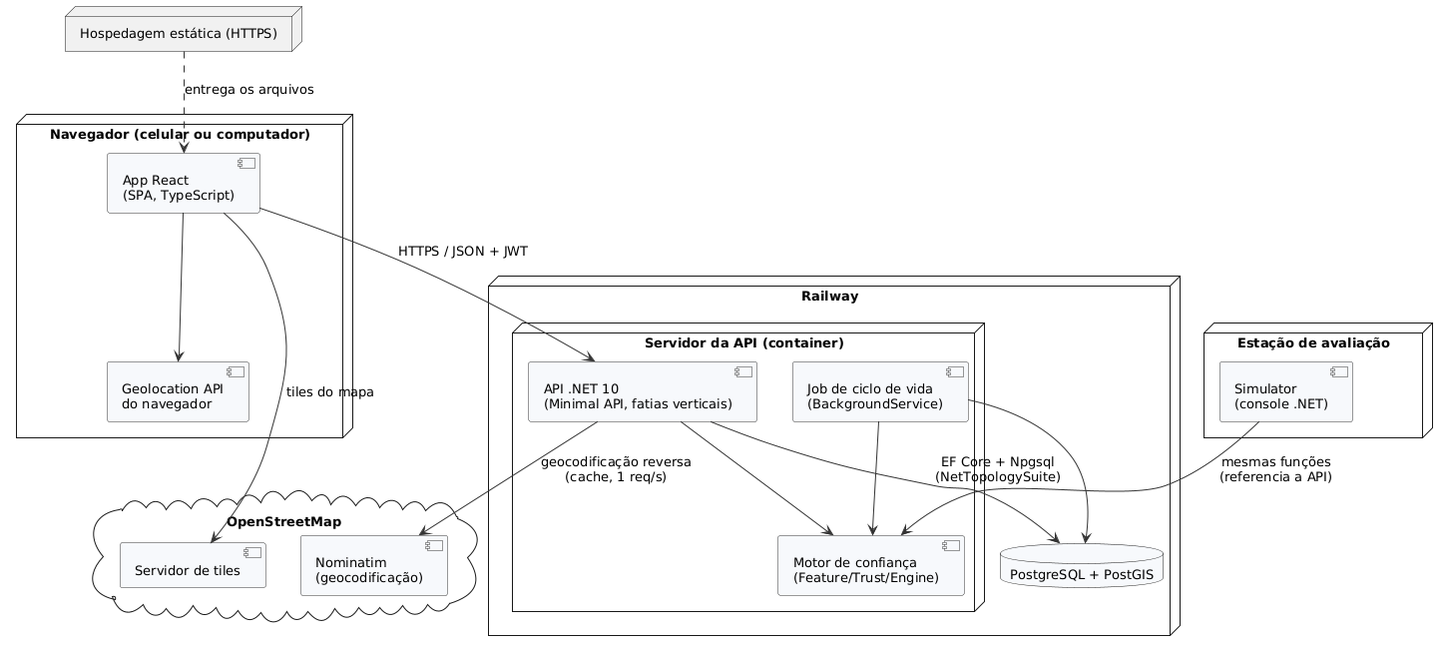
Before: docs/diagramas/07_arquitetura.png, a diagram exported from PlantUML (VictorHenriqueTerraCheru/TCC.back).
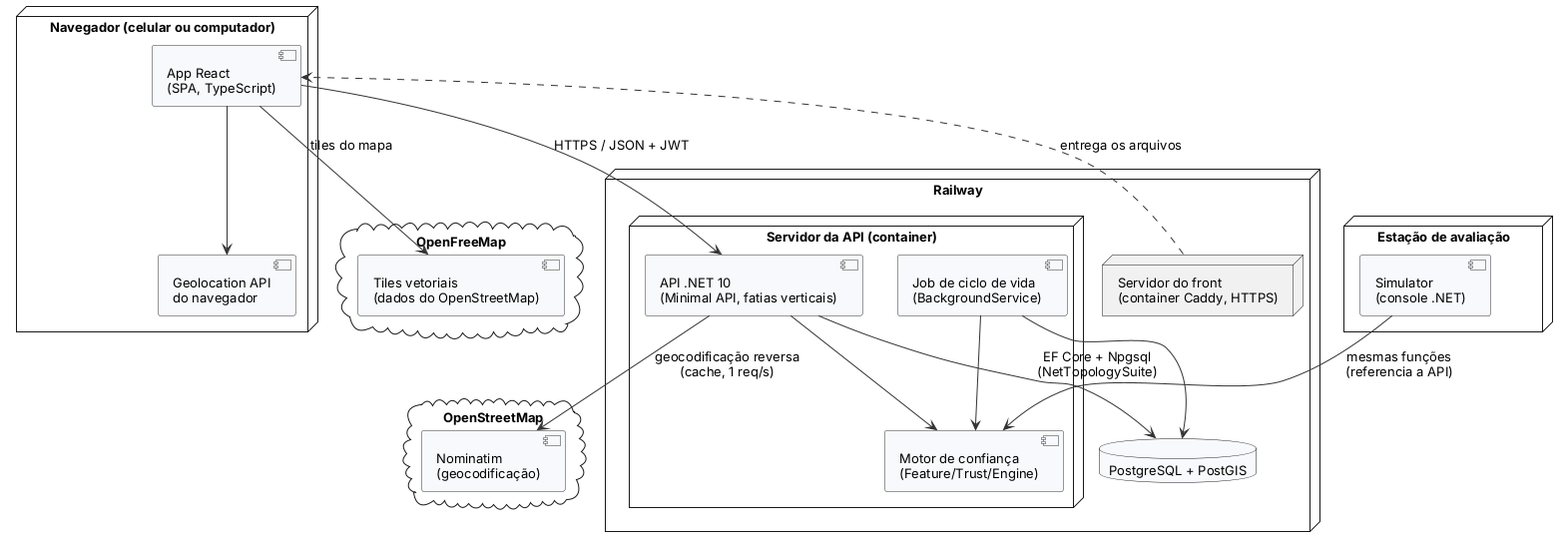
The same diagram one commit later.

The edit, as a diff of the source:
```diff
@@ -4,12 +4,14 @@
   component "App React\n(SPA, TypeScript)" as APP
   component "Geolocation API\ndo navegador" as GPS
 }
-node "Hospedagem estática (HTTPS)" as HOST
+cloud "OpenFreeMap" {
+  component "Tiles vetoriais\n(dados do OpenStreetMap)" as OSM
+}
 cloud "OpenStreetMap" {
-  component "Servidor de tiles" as OSM
   component "Nominatim\n(geocodificação)" as NOM
 }
 node "Railway" {
+  node "Servidor do front\n(container Caddy, HTTPS)" as HOST
   node "Servidor da API (container)" {
     component "API .NET 10\n(Minimal API, fatias verticais)" as API
     component "Motor de confiança\n(Feature/Trust/Engine)" as DOM
```
